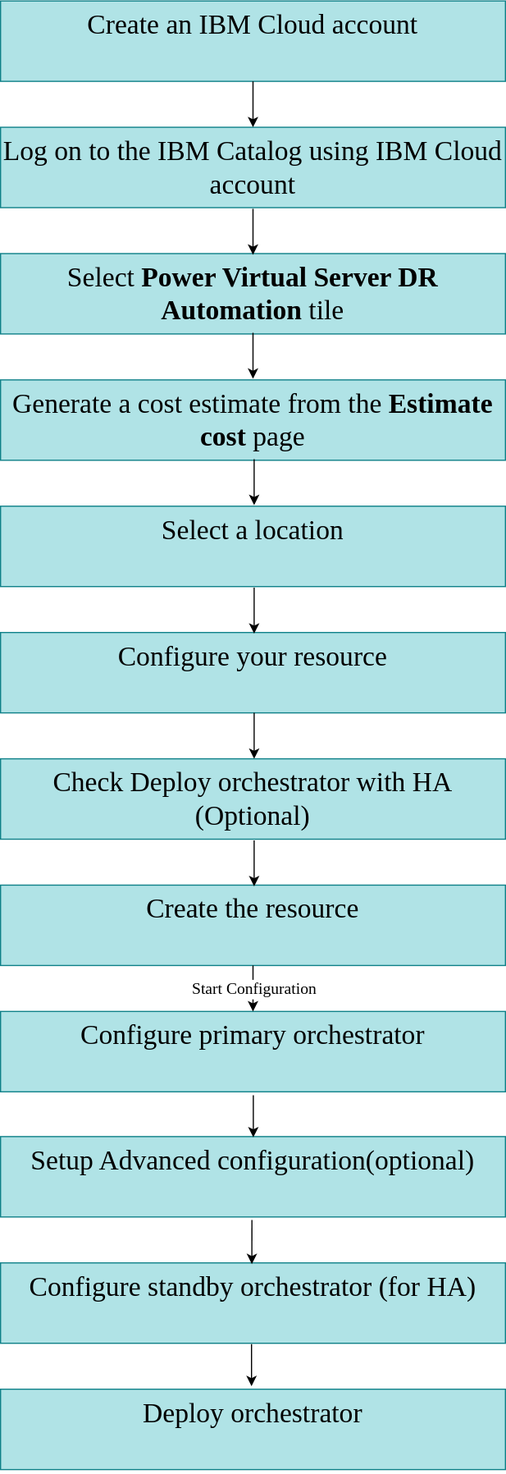
ibm-cloud-docs/dr-automation-powervs keeps this draw.io diagram as images/Flow-chart-drawio.svg. Above is the earlier version. Source tidied: cells renumbered, new cells last; positions are measured from the earlier drawing's top-left corner, leaving out a move shared by most shapes.
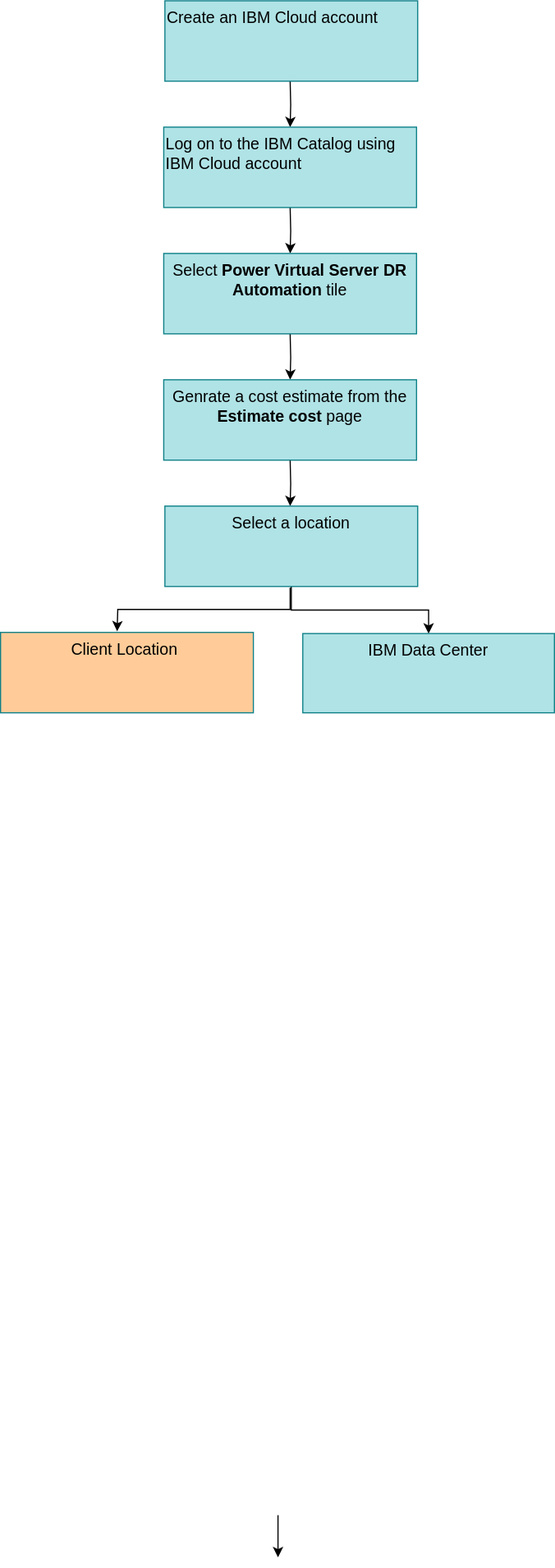
Later version of the same file.

The edit, as a diff of the source:
```diff
@@ -2,104 +2,68 @@
   <root>
     <mxCell id="0" />
     <mxCell id="1" parent="0" />
+    <mxCell id="26" style="edgeStyle=orthogonalEdgeStyle;rounded=0;orthogonalLoop=1;jettySize=auto;html=1;" parent="1" edge="1">
+      <mxGeometry relative="1" as="geometry">
+        <mxPoint x="110" y="70" as="sourcePoint" />
+        <mxPoint x="110" y="110" as="targetPoint" />
+      </mxGeometry>
+    </mxCell>
+    <mxCell id="27" style="edgeStyle=orthogonalEdgeStyle;rounded=0;orthogonalLoop=1;jettySize=auto;html=1;" parent="1" edge="1">
+      <mxGeometry relative="1" as="geometry">
+        <mxPoint x="110" y="180" as="sourcePoint" />
+        <mxPoint x="110" y="220" as="targetPoint" />
+      </mxGeometry>
+    </mxCell>
+    <mxCell id="28" style="edgeStyle=orthogonalEdgeStyle;rounded=0;orthogonalLoop=1;jettySize=auto;html=1;" parent="1" edge="1">
+      <mxGeometry relative="1" as="geometry">
+        <mxPoint x="110" y="290" as="sourcePoint" />
+        <mxPoint x="110" y="330" as="targetPoint" />
+      </mxGeometry>
+    </mxCell>
+    <mxCell id="29" style="edgeStyle=orthogonalEdgeStyle;rounded=0;orthogonalLoop=1;jettySize=auto;html=1;" parent="1" edge="1">
+      <mxGeometry relative="1" as="geometry">
+        <mxPoint x="110" y="400" as="sourcePoint" />
+        <mxPoint x="110" y="440" as="targetPoint" />
+      </mxGeometry>
+    </mxCell>
-    <mxCell id="2" value="&lt;font face=&quot;camel case&quot; style=&quot;font-size: 24px;&quot;&gt;Log on to the IBM Catalog using IBM Cloud account&lt;/font&gt;" style="text;html=1;whiteSpace=wrap;overflow=hidden;rounded=0;fillColor=#b0e3e6;strokeColor=#0e8088;align=center;" parent="1" vertex="1">
-      <mxGeometry y="110" width="440" height="70" as="geometry" />
+    <mxCell id="2" value="&lt;span style=&quot;font-size: 14px;&quot;&gt;Log on to the IBM Catalog using IBM Cloud account&lt;/span&gt;" style="text;html=1;whiteSpace=wrap;overflow=hidden;rounded=0;fillColor=#b0e3e6;strokeColor=#0e8088;" parent="1" vertex="1">
+      <mxGeometry y="110" width="220" height="70" as="geometry" />
     </mxCell>
-    <mxCell id="3" value="&lt;font face=&quot;camel case&quot; style=&quot;font-size: 24px;&quot;&gt;Select &lt;b style=&quot;&quot;&gt;Power Virtual Server DR Automation&lt;/b&gt;&amp;nbsp;tile&lt;/font&gt;" style="text;html=1;whiteSpace=wrap;overflow=hidden;rounded=0;fillColor=#b0e3e6;strokeColor=#0e8088;align=center;" parent="1" vertex="1">
-      <mxGeometry y="220" width="440" height="70" as="geometry" />
+    <mxCell id="3" value="&lt;span style=&quot;font-size: 14px;&quot;&gt;Select &lt;b&gt;Power Virtual Server DR Automation&lt;/b&gt;&amp;nbsp;tile&lt;/span&gt;" style="text;html=1;whiteSpace=wrap;overflow=hidden;rounded=0;fillColor=#b0e3e6;strokeColor=#0e8088;align=center;" parent="1" vertex="1">
+      <mxGeometry y="220" width="220" height="70" as="geometry" />
     </mxCell>
+    <mxCell id="30" style="edgeStyle=orthogonalEdgeStyle;rounded=0;jettySize=auto;html=1;" parent="1" edge="1" source="4" target="32">
+      <mxGeometry relative="1" as="geometry" />
+    </mxCell>
-    <mxCell id="4" value="&lt;font face=&quot;camel case&quot; style=&quot;font-size: 24px;&quot;&gt;Select a location&lt;/font&gt;" style="text;html=1;whiteSpace=wrap;overflow=hidden;rounded=0;fillColor=#b0e3e6;strokeColor=#0e8088;align=center;" parent="1" vertex="1">
-      <mxGeometry y="440" width="440" height="70" as="geometry" />
+    <mxCell id="4" value="&lt;span style=&quot;font-size: 14px;&quot;&gt;Select a location&lt;/span&gt;" style="text;html=1;whiteSpace=wrap;overflow=hidden;rounded=0;fillColor=#b0e3e6;strokeColor=#0e8088;align=center;" parent="1" vertex="1">
+      <mxGeometry x="1" y="440" width="220" height="70" as="geometry" />
     </mxCell>
-    <mxCell id="5" value="&lt;font face=&quot;camel case&quot; style=&quot;font-size: 24px;&quot;&gt;Configure your resource&lt;/font&gt;" style="text;html=1;whiteSpace=wrap;overflow=hidden;rounded=0;fillColor=#b0e3e6;strokeColor=#0e8088;align=center;" parent="1" vertex="1">
-      <mxGeometry y="550" width="440" height="70" as="geometry" />
-    </mxCell>
-    <mxCell id="6" value="&lt;font face=&quot;camel case&quot; style=&quot;font-size: 24px;&quot;&gt;Check Deploy orchestrator with HA (Optional)&lt;/font&gt;" style="text;html=1;whiteSpace=wrap;overflow=hidden;rounded=0;fillColor=#b0e3e6;strokeColor=#0e8088;align=center;" parent="1" vertex="1">
-      <mxGeometry y="660" width="440" height="70" as="geometry" />
-    </mxCell>
-    <mxCell id="7" value="&lt;font face=&quot;camel case&quot; style=&quot;font-size: 24px;&quot;&gt;Create an IBM Cloud account&lt;/font&gt;" style="text;html=1;whiteSpace=wrap;overflow=hidden;rounded=0;fillColor=#b0e3e6;strokeColor=#0e8088;align=center;" parent="1" vertex="1">
-      <mxGeometry width="440" height="70" as="geometry" />
+    <mxCell id="7" value="&lt;span style=&quot;font-size: 14px;&quot;&gt;Create an IBM Cloud account&lt;/span&gt;" style="text;html=1;whiteSpace=wrap;overflow=hidden;rounded=0;fillColor=#b0e3e6;strokeColor=#0e8088;" parent="1" vertex="1">
+      <mxGeometry x="1" width="220" height="70" as="geometry" />
     </mxCell>
-    <mxCell id="8" value="&lt;font face=&quot;camel case&quot; style=&quot;font-size: 24px;&quot;&gt;Configure primary orchestrator&lt;/font&gt;" style="text;html=1;whiteSpace=wrap;overflow=hidden;rounded=0;fillColor=#b0e3e6;strokeColor=#0e8088;align=center;" parent="1" vertex="1">
-      <mxGeometry y="880" width="440" height="70" as="geometry" />
-    </mxCell>
-    <mxCell id="9" value="&lt;font face=&quot;camel case&quot; style=&quot;font-size: 24px;&quot;&gt;Create the resource&lt;/font&gt;" style="text;html=1;whiteSpace=wrap;overflow=hidden;rounded=0;fillColor=#b0e3e6;strokeColor=#0e8088;align=center;" parent="1" vertex="1">
-      <mxGeometry y="770" width="440" height="70" as="geometry" />
-    </mxCell>
-    <mxCell id="10" value="&lt;font face=&quot;camel case&quot; style=&quot;font-size: 24px;&quot;&gt;Setup Advanced configuration(optional)&lt;/font&gt;" style="text;html=1;whiteSpace=wrap;overflow=hidden;rounded=0;fillColor=#b0e3e6;strokeColor=#0e8088;align=center;" parent="1" vertex="1">
-      <mxGeometry y="989" width="440" height="70" as="geometry" />
-    </mxCell>
-    <mxCell id="11" value="&lt;font face=&quot;camel case&quot; style=&quot;font-size: 24px;&quot;&gt;Configure standby orchestrator (for HA)&lt;/font&gt;" style="text;html=1;whiteSpace=wrap;overflow=hidden;rounded=0;fillColor=#b0e3e6;strokeColor=#0e8088;align=center;" parent="1" vertex="1">
-      <mxGeometry y="1099" width="440" height="70" as="geometry" />
-    </mxCell>
-    <mxCell id="12" value="&lt;font face=&quot;camel case&quot; style=&quot;font-size: 24px;&quot;&gt;Deploy orchestrator&lt;/font&gt;" style="text;html=1;whiteSpace=wrap;overflow=hidden;rounded=0;fillColor=#b0e3e6;strokeColor=#0e8088;align=center;" parent="1" vertex="1">
-      <mxGeometry y="1209" width="440" height="70" as="geometry" />
-    </mxCell>
-    <mxCell id="13" style="endArrow=classic;html=1;rounded=0;entryX=0.473;entryY=0.01;entryDx=0;entryDy=0;entryPerimeter=0;exitX=0.473;exitY=1.043;exitDx=0;exitDy=0;exitPerimeter=0;" parent="1" edge="1">
-      <mxGeometry relative="1" as="geometry">
-        <mxPoint x="220.3" y="953" as="sourcePoint" />
-        <mxPoint x="220.3" y="989.7" as="targetPoint" />
-      </mxGeometry>
-    </mxCell>
-    <mxCell id="14" style="endArrow=classic;html=1;rounded=0;exitX=0.473;exitY=1.038;exitDx=0;exitDy=0;exitPerimeter=0;" parent="1" edge="1">
-      <mxGeometry relative="1" as="geometry">
-        <mxPoint x="219.1" y="1061.7" as="sourcePoint" />
-        <mxPoint x="219" y="1100" as="targetPoint" />
-      </mxGeometry>
-    </mxCell>
     <mxCell id="15" style="endArrow=classic;html=1;rounded=0;exitX=0.452;exitY=1.01;exitDx=0;exitDy=0;exitPerimeter=0;entryX=0.452;entryY=-0.038;entryDx=0;entryDy=0;entryPerimeter=0;" parent="1" edge="1">
       <mxGeometry relative="1" as="geometry">
-        <mxPoint x="218.7" y="1169.7" as="sourcePoint" />
-        <mxPoint x="218.7" y="1206.3" as="targetPoint" />
+        <mxPoint x="99.4" y="1318.7" as="sourcePoint" />
+        <mxPoint x="99.4" y="1355.3" as="targetPoint" />
       </mxGeometry>
     </mxCell>
-    <mxCell id="16" value="&lt;font face=&quot;camel case&quot; style=&quot;font-size: 24px;&quot;&gt;Generate a cost estimate from the &lt;b style=&quot;&quot;&gt;Estimate cost&lt;/b&gt; page&lt;/font&gt;" style="text;html=1;whiteSpace=wrap;overflow=hidden;rounded=0;fillColor=#b0e3e6;strokeColor=#0e8088;align=center;" parent="1" vertex="1">
-      <mxGeometry y="330" width="440" height="70" as="geometry" />
+    <mxCell id="16" value="&lt;span style=&quot;font-size: 14px;&quot;&gt;Genrate a cost estimate from the &lt;b&gt;Estimate cost&lt;/b&gt; page&lt;/span&gt;" style="text;html=1;whiteSpace=wrap;overflow=hidden;rounded=0;fillColor=#b0e3e6;strokeColor=#0e8088;align=center;" parent="1" vertex="1">
+      <mxGeometry y="330" width="220" height="70" as="geometry" />
     </mxCell>
-    <mxCell id="17" style="endArrow=classic;html=1;rounded=0;exitX=0.5;exitY=1;exitDx=0;exitDy=0;" parent="1" edge="1" source="7" target="2">
-      <mxGeometry relative="1" as="geometry" />
-    </mxCell>
-    <mxCell id="18" style="endArrow=classic;html=1;rounded=0;exitX=0.5;exitY=1;exitDx=0;exitDy=0;" parent="1" edge="1">
-      <mxGeometry relative="1" as="geometry">
-        <mxPoint x="220" y="181" as="sourcePoint" />
-        <mxPoint x="220" y="221" as="targetPoint" />
-      </mxGeometry>
-    </mxCell>
-    <mxCell id="19" style="endArrow=classic;html=1;rounded=0;exitX=0.5;exitY=1;exitDx=0;exitDy=0;" parent="1" edge="1">
-      <mxGeometry relative="1" as="geometry">
-        <mxPoint x="220" y="289" as="sourcePoint" />
-        <mxPoint x="220" y="329" as="targetPoint" />
-      </mxGeometry>
-    </mxCell>
-    <mxCell id="20" style="endArrow=classic;html=1;rounded=0;exitX=0.5;exitY=1;exitDx=0;exitDy=0;" parent="1" edge="1">
-      <mxGeometry relative="1" as="geometry">
-        <mxPoint x="221" y="399" as="sourcePoint" />
-        <mxPoint x="221" y="439" as="targetPoint" />
-      </mxGeometry>
-    </mxCell>
-    <mxCell id="21" style="endArrow=classic;html=1;rounded=0;exitX=0.5;exitY=1;exitDx=0;exitDy=0;" parent="1" edge="1">
-      <mxGeometry relative="1" as="geometry">
-        <mxPoint x="221" y="511" as="sourcePoint" />
-        <mxPoint x="221" y="551" as="targetPoint" />
-      </mxGeometry>
-    </mxCell>
-    <mxCell id="22" style="endArrow=classic;html=1;rounded=0;exitX=0.5;exitY=1;exitDx=0;exitDy=0;" parent="1" edge="1">
-      <mxGeometry relative="1" as="geometry">
-        <mxPoint x="221" y="620" as="sourcePoint" />
-        <mxPoint x="221" y="660" as="targetPoint" />
-      </mxGeometry>
-    </mxCell>
-    <mxCell id="23" style="endArrow=classic;html=1;rounded=0;exitX=0.5;exitY=1;exitDx=0;exitDy=0;" parent="1" edge="1">
-      <mxGeometry relative="1" as="geometry">
-        <mxPoint x="221" y="731" as="sourcePoint" />
-        <mxPoint x="221" y="771" as="targetPoint" />
-      </mxGeometry>
-    </mxCell>
-    <mxCell id="24" style="endArrow=classic;html=1;rounded=0;exitX=0.5;exitY=1;exitDx=0;exitDy=0;entryX=0.5;entryY=0;entryDx=0;entryDy=0;" parent="1" edge="1" source="9" target="8">
-      <mxGeometry relative="1" as="geometry" />
-    </mxCell>
-    <mxCell id="25" value="&lt;font style=&quot;font-size: 14px;&quot; face=&quot;camel case&quot;&gt;Start Configuration&lt;/font&gt;" style="edgeLabel;html=1;align=center;verticalAlign=middle;" parent="24" vertex="1">
-      <mxGeometry relative="1" as="geometry" />
-    </mxCell>
+    <mxCell id="31" value="&lt;span style=&quot;font-size: 14px;&quot;&gt;Client Location&amp;nbsp;&lt;/span&gt;" style="text;html=1;whiteSpace=wrap;overflow=hidden;rounded=0;fillColor=#FFCC99;strokeColor=#0e8088;align=center;" parent="1" vertex="1">
+      <mxGeometry x="-142" y="550" width="220" height="70" as="geometry" />
+    </mxCell>
+    <mxCell id="32" value="&lt;span style=&quot;font-size: 14px;&quot;&gt;IBM Data Center&lt;/span&gt;" style="text;html=1;whiteSpace=wrap;overflow=hidden;rounded=0;fillColor=#b0e3e6;strokeColor=#0e8088;align=center;" parent="1" vertex="1">
+      <mxGeometry x="121" y="551" width="219" height="69" as="geometry" />
+    </mxCell>
+    <mxCell id="33" style="endArrow=classic;html=1;rounded=0;exitX=0.5;exitY=1;exitDx=0;exitDy=0;entryX=0.461;entryY=-0.014;entryDx=0;entryDy=0;entryPerimeter=0;" parent="1" edge="1" target="31">
+      <mxGeometry relative="1" as="geometry">
+        <mxPoint x="110" y="511" as="sourcePoint" />
+        <Array as="points">
+          <mxPoint x="110" y="530" />
+          <mxPoint x="-40" y="530" />
+        </Array>
+      </mxGeometry>
+    </mxCell>
   </root>
 </mxGraphModel>
```
